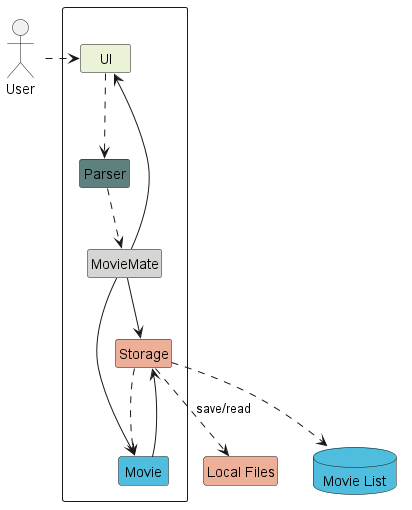
zzs-RedCocoon/tp keeps this PlantUML diagram as docs/PUMLFiles/Architecture.png. Above is the earlier version.
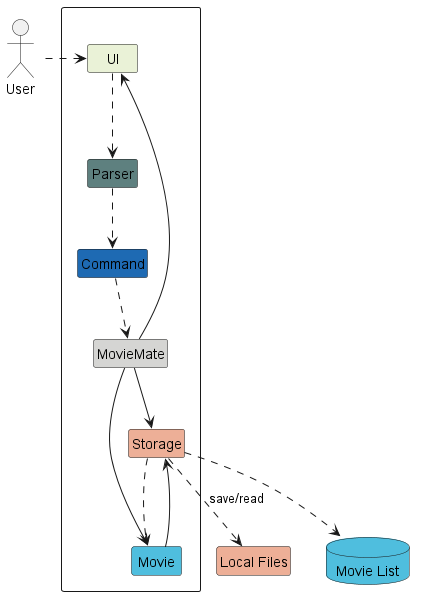
The same file after the commit.

Commit message:
Add sample sequence diagram

What changed in the source:
```diff
@@ -8,6 +8,7 @@
     Class MovieMate COLOR_MAIN
     Class Movie COLOR_MOVIE
     Class Storage COLOR_STORAGE
+    Class Command COLOR_COMMAND
 }
 
 Class "Local Files" COLOR_STORAGE
@@ -21,7 +22,8 @@
 UI ..> Parser
 Movie --> Storage
 Storage ..> Movie
-Parser ..> MovieMate
+Parser ..> Command
+Command ..> MovieMate
 
 Storage ..> "Local Files" :save/read
 Storage ..> "Movie List"
```
